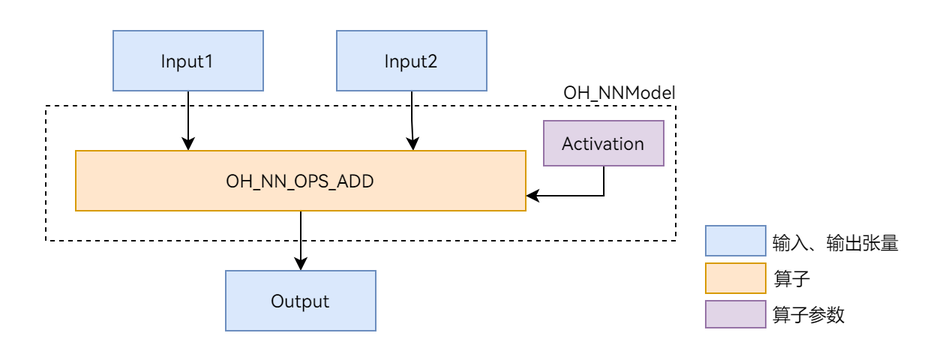
openharmony/ai_neural_network_runtime keeps this draw.io diagram as neural_network_runtime_add_op_model.png. Above is the earlier version. Source tidied: cells renumbered, new cells last; positions are measured from the earlier drawing's top-left corner, leaving out a move shared by most shapes. The source it was exported from:
```xml
<mxGraphModel>
  <root>
    <mxCell id="0" />
    <mxCell id="1" parent="0" />
    <mxCell id="2" style="rounded=0;whiteSpace=wrap;html=1;fontFamily=HarmonyOS Sans;fontSize=10;strokeColor=none;" parent="1" vertex="1">
      <mxGeometry width="620" height="240" as="geometry" />
    </mxCell>
    <mxCell id="3" style="rounded=0;whiteSpace=wrap;html=1;dashed=1;fontFamily=HarmonyOS Sans;fontStyle=0;" parent="1" vertex="1">
      <mxGeometry x="30" y="70" width="420" height="90" as="geometry" />
    </mxCell>
    <mxCell id="4" style="edgeStyle=orthogonalEdgeStyle;rounded=0;jettySize=auto;html=1;exitX=0.5;exitY=1;exitDx=0;exitDy=0;entryX=0.25;entryY=0;entryDx=0;entryDy=0;fontSize=10;fontFamily=HarmonyOS Sans;fontStyle=0;" parent="1" edge="1" source="5" target="9">
      <mxGeometry relative="1" as="geometry" />
    </mxCell>
    <mxCell id="5" value="Input1" style="rounded=0;whiteSpace=wrap;html=1;fillColor=#dae8fc;strokeColor=#6c8ebf;fontFamily=HarmonyOS Sans;fontStyle=0;" parent="1" vertex="1">
      <mxGeometry x="75" y="20" width="100" height="40" as="geometry" />
    </mxCell>
    <mxCell id="6" style="edgeStyle=orthogonalEdgeStyle;rounded=0;jettySize=auto;html=1;exitX=0.5;exitY=1;exitDx=0;exitDy=0;entryX=0.75;entryY=0;entryDx=0;entryDy=0;fontSize=10;fontFamily=HarmonyOS Sans;fontStyle=0;" parent="1" edge="1" source="7" target="9">
      <mxGeometry relative="1" as="geometry" />
    </mxCell>
    <mxCell id="7" value="Input2" style="rounded=0;whiteSpace=wrap;html=1;fillColor=#dae8fc;strokeColor=#6c8ebf;fontFamily=HarmonyOS Sans;fontStyle=0;" parent="1" vertex="1">
      <mxGeometry x="224" y="20" width="100" height="40" as="geometry" />
    </mxCell>
    <mxCell id="8" style="edgeStyle=orthogonalEdgeStyle;rounded=0;jettySize=auto;html=1;exitX=0.5;exitY=1;exitDx=0;exitDy=0;entryX=0.5;entryY=0;entryDx=0;entryDy=0;fontSize=10;fontFamily=HarmonyOS Sans;fontStyle=0;" parent="1" edge="1" source="9" target="10">
      <mxGeometry relative="1" as="geometry" />
    </mxCell>
    <mxCell id="9" value="OH_NN_OPS_ADD" style="rounded=0;whiteSpace=wrap;html=1;fillColor=#ffe6cc;strokeColor=#d79b00;fontFamily=HarmonyOS Sans;fontStyle=0;" parent="1" vertex="1">
      <mxGeometry x="50" y="100" width="300" height="40" as="geometry" />
    </mxCell>
    <mxCell id="10" value="Output" style="rounded=0;whiteSpace=wrap;html=1;fillColor=#dae8fc;strokeColor=#6c8ebf;fontFamily=HarmonyOS Sans;fontStyle=0;" parent="1" vertex="1">
      <mxGeometry x="150" y="180" width="100" height="40" as="geometry" />
    </mxCell>
    <mxCell id="11" style="edgeStyle=orthogonalEdgeStyle;rounded=0;jettySize=auto;html=1;exitX=0.5;exitY=1;exitDx=0;exitDy=0;entryX=1;entryY=0.75;entryDx=0;entryDy=0;fontSize=10;fontFamily=HarmonyOS Sans;fontStyle=0;" parent="1" edge="1" source="12" target="9">
      <mxGeometry relative="1" as="geometry" />
    </mxCell>
    <mxCell id="12" value="Activation" style="rounded=0;whiteSpace=wrap;html=1;fillColor=#e1d5e7;strokeColor=#9673a6;fontFamily=HarmonyOS Sans;fontStyle=0;" parent="1" vertex="1">
      <mxGeometry x="362" y="80" width="80" height="30" as="geometry" />
    </mxCell>
    <mxCell id="13" style="rounded=0;whiteSpace=wrap;html=1;fillColor=#dae8fc;strokeColor=#6c8ebf;fontFamily=HarmonyOS Sans;fontStyle=0;" parent="1" vertex="1">
      <mxGeometry x="470" y="150" width="40" height="20" as="geometry" />
    </mxCell>
    <mxCell id="14" style="rounded=0;whiteSpace=wrap;html=1;fillColor=#ffe6cc;strokeColor=#d79b00;fontFamily=HarmonyOS Sans;fontStyle=0;" parent="1" vertex="1">
      <mxGeometry x="470" y="175" width="40" height="20" as="geometry" />
    </mxCell>
    <mxCell id="15" style="rounded=0;whiteSpace=wrap;html=1;fillColor=#e1d5e7;strokeColor=#9673a6;fontFamily=HarmonyOS Sans;fontStyle=0;" parent="1" vertex="1">
      <mxGeometry x="470" y="200" width="40" height="18" as="geometry" />
    </mxCell>
    <mxCell id="16" value="&lt;font style=&quot;font-size: 10px;&quot;&gt;输入、输出张量&lt;/font&gt;" style="text;html=1;strokeColor=none;fillColor=none;align=center;verticalAlign=middle;whiteSpace=wrap;rounded=0;fontSize=10;fontFamily=HarmonyOS Sans;fontStyle=0;" parent="1" vertex="1">
      <mxGeometry x="502" y="146" width="110" height="30" as="geometry" />
    </mxCell>
    <mxCell id="17" value="算子" style="text;html=1;strokeColor=none;fillColor=none;align=center;verticalAlign=middle;whiteSpace=wrap;rounded=0;fontSize=10;fontFamily=HarmonyOS Sans;fontStyle=0;" parent="1" vertex="1">
      <mxGeometry x="473" y="170" width="110" height="30" as="geometry" />
    </mxCell>
    <mxCell id="18" value="算子参数" style="text;html=1;strokeColor=none;fillColor=none;align=center;verticalAlign=middle;whiteSpace=wrap;rounded=0;fontSize=10;fontFamily=HarmonyOS Sans;fontStyle=0;" parent="1" vertex="1">
      <mxGeometry x="484" y="194" width="110" height="30" as="geometry" />
    </mxCell>
    <mxCell id="19" value="OH_NNModel" style="text;html=1;strokeColor=none;fillColor=none;align=center;verticalAlign=middle;whiteSpace=wrap;rounded=0;fontFamily=HarmonyOS Sans;fontSize=10;fontStyle=0;" parent="1" vertex="1">
      <mxGeometry x="383" y="46" width="60" height="30" as="geometry" />
    </mxCell>
  </root>
</mxGraphModel>
```
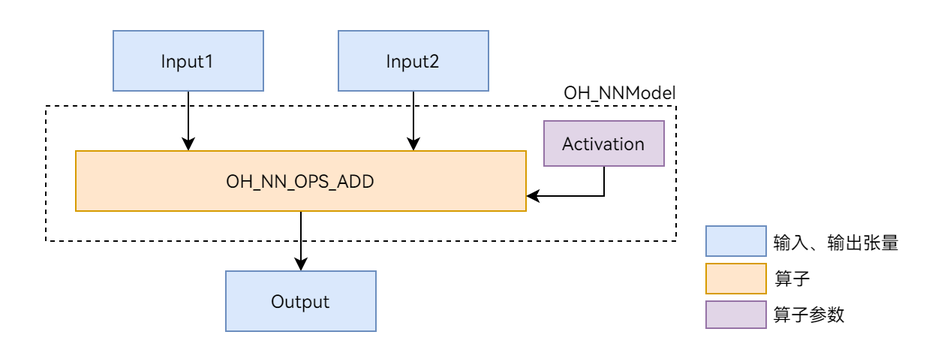
Later version of the same file.

Commit message:
!10 更新Neural Network Runtime开发指导 * docs: Update development guidelines of NNRt.

Diff of the diagram source:
```diff
@@ -2,58 +2,58 @@
   <root>
     <mxCell id="0" />
     <mxCell id="1" parent="0" />
-    <mxCell id="2" style="rounded=0;whiteSpace=wrap;html=1;fontFamily=HarmonyOS Sans;fontSize=10;strokeColor=none;" parent="1" vertex="1">
+    <mxCell id="2" style="rounded=0;whiteSpace=wrap;html=1;fontFamily=HarmonyOS Sans SC;fontSize=10;strokeColor=none;" parent="1" vertex="1">
       <mxGeometry width="620" height="240" as="geometry" />
     </mxCell>
-    <mxCell id="3" style="rounded=0;whiteSpace=wrap;html=1;dashed=1;fontFamily=HarmonyOS Sans;fontStyle=0;" parent="1" vertex="1">
+    <mxCell id="3" style="rounded=0;whiteSpace=wrap;html=1;dashed=1;fontFamily=HarmonyOS Sans SC;fontStyle=0;" parent="1" vertex="1">
       <mxGeometry x="30" y="70" width="420" height="90" as="geometry" />
     </mxCell>
-    <mxCell id="4" style="edgeStyle=orthogonalEdgeStyle;rounded=0;jettySize=auto;html=1;exitX=0.5;exitY=1;exitDx=0;exitDy=0;entryX=0.25;entryY=0;entryDx=0;entryDy=0;fontSize=10;fontFamily=HarmonyOS Sans;fontStyle=0;" parent="1" edge="1" source="5" target="9">
+    <mxCell id="4" style="edgeStyle=orthogonalEdgeStyle;rounded=0;jettySize=auto;html=1;exitX=0.5;exitY=1;exitDx=0;exitDy=0;entryX=0.25;entryY=0;entryDx=0;entryDy=0;fontSize=10;fontFamily=HarmonyOS Sans SC;fontStyle=0;" parent="1" edge="1" source="5" target="9">
       <mxGeometry relative="1" as="geometry" />
     </mxCell>
-    <mxCell id="5" value="Input1" style="rounded=0;whiteSpace=wrap;html=1;fillColor=#dae8fc;strokeColor=#6c8ebf;fontFamily=HarmonyOS Sans;fontStyle=0;" parent="1" vertex="1">
+    <mxCell id="5" value="Input1" style="rounded=0;whiteSpace=wrap;html=1;fillColor=#dae8fc;strokeColor=#6c8ebf;fontFamily=HarmonyOS Sans SC;fontStyle=0;" parent="1" vertex="1">
       <mxGeometry x="75" y="20" width="100" height="40" as="geometry" />
     </mxCell>
-    <mxCell id="6" style="edgeStyle=orthogonalEdgeStyle;rounded=0;jettySize=auto;html=1;exitX=0.5;exitY=1;exitDx=0;exitDy=0;entryX=0.75;entryY=0;entryDx=0;entryDy=0;fontSize=10;fontFamily=HarmonyOS Sans;fontStyle=0;" parent="1" edge="1" source="7" target="9">
+    <mxCell id="6" style="edgeStyle=orthogonalEdgeStyle;rounded=0;jettySize=auto;html=1;exitX=0.5;exitY=1;exitDx=0;exitDy=0;entryX=0.75;entryY=0;entryDx=0;entryDy=0;fontSize=10;fontFamily=HarmonyOS Sans SC;fontStyle=0;" parent="1" edge="1" source="7" target="9">
       <mxGeometry relative="1" as="geometry" />
     </mxCell>
-    <mxCell id="7" value="Input2" style="rounded=0;whiteSpace=wrap;html=1;fillColor=#dae8fc;strokeColor=#6c8ebf;fontFamily=HarmonyOS Sans;fontStyle=0;" parent="1" vertex="1">
-      <mxGeometry x="224" y="20" width="100" height="40" as="geometry" />
+    <mxCell id="7" value="Input2" style="rounded=0;whiteSpace=wrap;html=1;fillColor=#dae8fc;strokeColor=#6c8ebf;fontFamily=HarmonyOS Sans SC;fontStyle=0;" parent="1" vertex="1">
+      <mxGeometry x="225" y="20" width="100" height="40" as="geometry" />
     </mxCell>
-    <mxCell id="8" style="edgeStyle=orthogonalEdgeStyle;rounded=0;jettySize=auto;html=1;exitX=0.5;exitY=1;exitDx=0;exitDy=0;entryX=0.5;entryY=0;entryDx=0;entryDy=0;fontSize=10;fontFamily=HarmonyOS Sans;fontStyle=0;" parent="1" edge="1" source="9" target="10">
+    <mxCell id="8" style="edgeStyle=orthogonalEdgeStyle;rounded=0;jettySize=auto;html=1;exitX=0.5;exitY=1;exitDx=0;exitDy=0;entryX=0.5;entryY=0;entryDx=0;entryDy=0;fontSize=10;fontFamily=HarmonyOS Sans SC;fontStyle=0;" parent="1" edge="1" source="9" target="10">
       <mxGeometry relative="1" as="geometry" />
     </mxCell>
-    <mxCell id="9" value="OH_NN_OPS_ADD" style="rounded=0;whiteSpace=wrap;html=1;fillColor=#ffe6cc;strokeColor=#d79b00;fontFamily=HarmonyOS Sans;fontStyle=0;" parent="1" vertex="1">
+    <mxCell id="9" value="OH_NN_OPS_ADD" style="rounded=0;whiteSpace=wrap;html=1;fillColor=#ffe6cc;strokeColor=#d79b00;fontFamily=HarmonyOS Sans SC;fontStyle=0;" parent="1" vertex="1">
       <mxGeometry x="50" y="100" width="300" height="40" as="geometry" />
     </mxCell>
-    <mxCell id="10" value="Output" style="rounded=0;whiteSpace=wrap;html=1;fillColor=#dae8fc;strokeColor=#6c8ebf;fontFamily=HarmonyOS Sans;fontStyle=0;" parent="1" vertex="1">
+    <mxCell id="10" value="Output" style="rounded=0;whiteSpace=wrap;html=1;fillColor=#dae8fc;strokeColor=#6c8ebf;fontFamily=HarmonyOS Sans SC;fontStyle=0;" parent="1" vertex="1">
       <mxGeometry x="150" y="180" width="100" height="40" as="geometry" />
     </mxCell>
-    <mxCell id="11" style="edgeStyle=orthogonalEdgeStyle;rounded=0;jettySize=auto;html=1;exitX=0.5;exitY=1;exitDx=0;exitDy=0;entryX=1;entryY=0.75;entryDx=0;entryDy=0;fontSize=10;fontFamily=HarmonyOS Sans;fontStyle=0;" parent="1" edge="1" source="12" target="9">
+    <mxCell id="11" style="edgeStyle=orthogonalEdgeStyle;rounded=0;jettySize=auto;html=1;exitX=0.5;exitY=1;exitDx=0;exitDy=0;entryX=1;entryY=0.75;entryDx=0;entryDy=0;fontSize=10;fontFamily=HarmonyOS Sans SC;fontStyle=0;" parent="1" edge="1" source="12" target="9">
       <mxGeometry relative="1" as="geometry" />
     </mxCell>
-    <mxCell id="12" value="Activation" style="rounded=0;whiteSpace=wrap;html=1;fillColor=#e1d5e7;strokeColor=#9673a6;fontFamily=HarmonyOS Sans;fontStyle=0;" parent="1" vertex="1">
+    <mxCell id="12" value="Activation" style="rounded=0;whiteSpace=wrap;html=1;fillColor=#e1d5e7;strokeColor=#9673a6;fontFamily=HarmonyOS Sans SC;fontStyle=0;" parent="1" vertex="1">
       <mxGeometry x="362" y="80" width="80" height="30" as="geometry" />
     </mxCell>
-    <mxCell id="13" style="rounded=0;whiteSpace=wrap;html=1;fillColor=#dae8fc;strokeColor=#6c8ebf;fontFamily=HarmonyOS Sans;fontStyle=0;" parent="1" vertex="1">
+    <mxCell id="13" style="rounded=0;whiteSpace=wrap;html=1;fillColor=#dae8fc;strokeColor=#6c8ebf;fontFamily=HarmonyOS Sans SC;fontStyle=0;" parent="1" vertex="1">
       <mxGeometry x="470" y="150" width="40" height="20" as="geometry" />
     </mxCell>
-    <mxCell id="14" style="rounded=0;whiteSpace=wrap;html=1;fillColor=#ffe6cc;strokeColor=#d79b00;fontFamily=HarmonyOS Sans;fontStyle=0;" parent="1" vertex="1">
+    <mxCell id="14" style="rounded=0;whiteSpace=wrap;html=1;fillColor=#ffe6cc;strokeColor=#d79b00;fontFamily=HarmonyOS Sans SC;fontStyle=0;" parent="1" vertex="1">
       <mxGeometry x="470" y="175" width="40" height="20" as="geometry" />
     </mxCell>
-    <mxCell id="15" style="rounded=0;whiteSpace=wrap;html=1;fillColor=#e1d5e7;strokeColor=#9673a6;fontFamily=HarmonyOS Sans;fontStyle=0;" parent="1" vertex="1">
+    <mxCell id="15" style="rounded=0;whiteSpace=wrap;html=1;fillColor=#e1d5e7;strokeColor=#9673a6;fontFamily=HarmonyOS Sans SC;fontStyle=0;" parent="1" vertex="1">
       <mxGeometry x="470" y="200" width="40" height="18" as="geometry" />
     </mxCell>
-    <mxCell id="16" value="&lt;font style=&quot;font-size: 10px;&quot;&gt;输入、输出张量&lt;/font&gt;" style="text;html=1;strokeColor=none;fillColor=none;align=center;verticalAlign=middle;whiteSpace=wrap;rounded=0;fontSize=10;fontFamily=HarmonyOS Sans;fontStyle=0;" parent="1" vertex="1">
+    <mxCell id="16" value="&lt;font style=&quot;font-size: 10px;&quot;&gt;输入、输出张量&lt;/font&gt;" style="text;html=1;strokeColor=none;fillColor=none;align=center;verticalAlign=middle;whiteSpace=wrap;rounded=0;fontSize=10;fontFamily=HarmonyOS Sans SC;fontStyle=0;" parent="1" vertex="1">
       <mxGeometry x="502" y="146" width="110" height="30" as="geometry" />
     </mxCell>
-    <mxCell id="17" value="算子" style="text;html=1;strokeColor=none;fillColor=none;align=center;verticalAlign=middle;whiteSpace=wrap;rounded=0;fontSize=10;fontFamily=HarmonyOS Sans;fontStyle=0;" parent="1" vertex="1">
+    <mxCell id="17" value="算子" style="text;html=1;strokeColor=none;fillColor=none;align=center;verticalAlign=middle;whiteSpace=wrap;rounded=0;fontSize=10;fontFamily=HarmonyOS Sans SC;fontStyle=0;" parent="1" vertex="1">
       <mxGeometry x="473" y="170" width="110" height="30" as="geometry" />
     </mxCell>
-    <mxCell id="18" value="算子参数" style="text;html=1;strokeColor=none;fillColor=none;align=center;verticalAlign=middle;whiteSpace=wrap;rounded=0;fontSize=10;fontFamily=HarmonyOS Sans;fontStyle=0;" parent="1" vertex="1">
+    <mxCell id="18" value="算子参数" style="text;html=1;strokeColor=none;fillColor=none;align=center;verticalAlign=middle;whiteSpace=wrap;rounded=0;fontSize=10;fontFamily=HarmonyOS Sans SC;fontStyle=0;" parent="1" vertex="1">
       <mxGeometry x="484" y="194" width="110" height="30" as="geometry" />
     </mxCell>
-    <mxCell id="19" value="OH_NNModel" style="text;html=1;strokeColor=none;fillColor=none;align=center;verticalAlign=middle;whiteSpace=wrap;rounded=0;fontFamily=HarmonyOS Sans;fontSize=10;fontStyle=0;" parent="1" vertex="1">
+    <mxCell id="19" value="OH_NNModel" style="text;html=1;strokeColor=none;fillColor=none;align=center;verticalAlign=middle;whiteSpace=wrap;rounded=0;fontFamily=HarmonyOS Sans SC;fontSize=10;fontStyle=0;" parent="1" vertex="1">
       <mxGeometry x="383" y="46" width="60" height="30" as="geometry" />
     </mxCell>
   </root>
```
